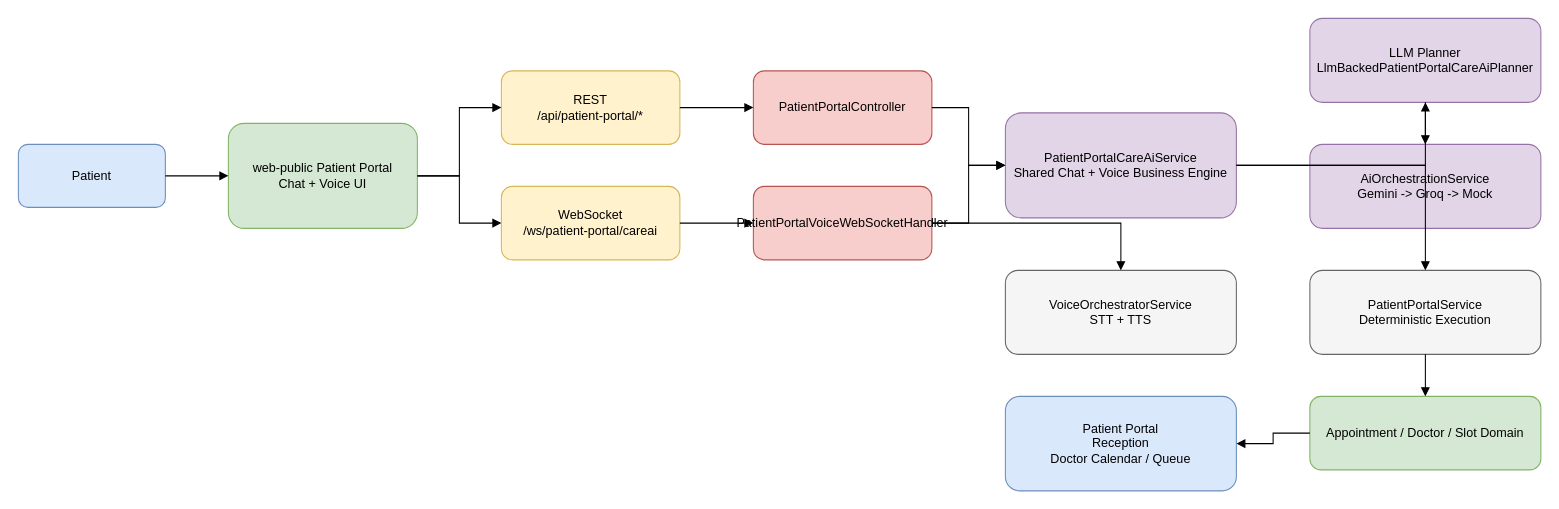
This is docs/architecture/careai-overall.drawio from deepthoughtnet/clinic-management-platform, a draw.io file, before an edit. Source tidied: cells renumbered, new cells numbered last; positions are measured from the earlier drawing's top-left corner, leaving out a move shared by most shapes. Both pictures are drawn from the tidied source at 105%, with x=0, y=0 at pixel (18, 18).
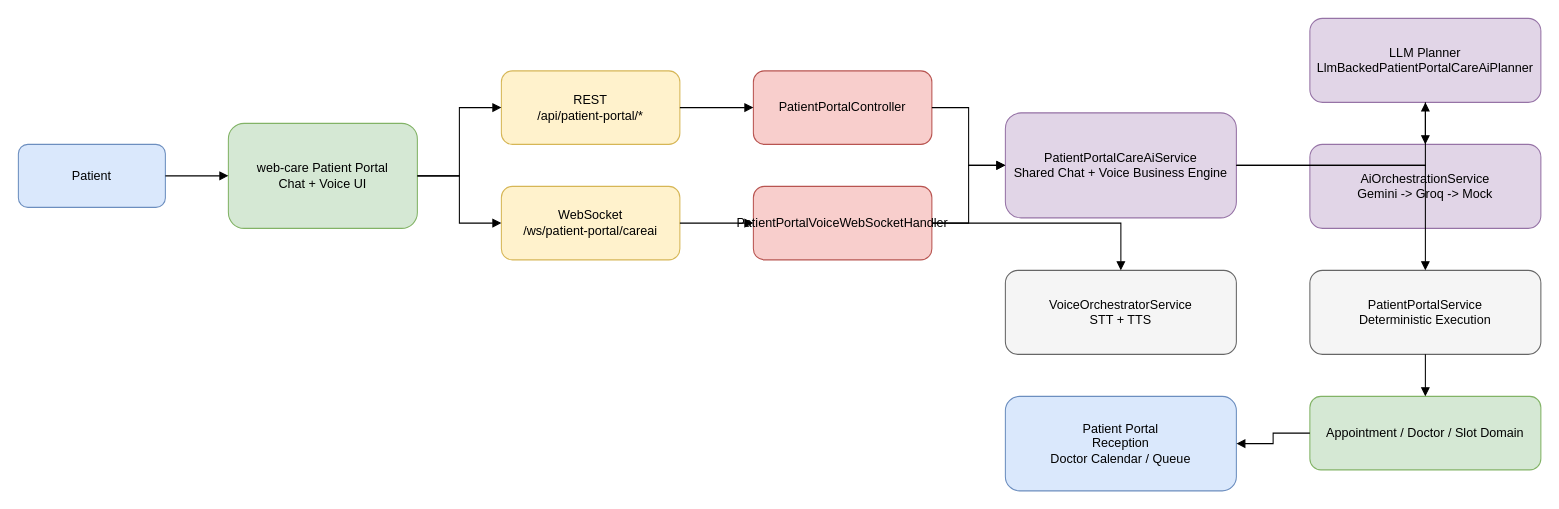
Above is the later version.

The edit, as a diff of the source:
```diff
@@
-    <mxCell id="3" value="web-public Patient Portal&#10;Chat + Voice UI" style="rounded=1;whiteSpace=wrap;html=1;fillColor=#d5e8d4;strokeColor=#82b366;" parent="1" vertex="1">
+    <mxCell id="3" value="web-care Patient Portal&#10;Chat + Voice UI" style="rounded=1;whiteSpace=wrap;html=1;fillColor=#d5e8d4;strokeColor=#82b366;" parent="1" vertex="1">
       <mxGeometry x="200" y="100" width="180" height="100" as="geometry" />
     </mxCell>
```
